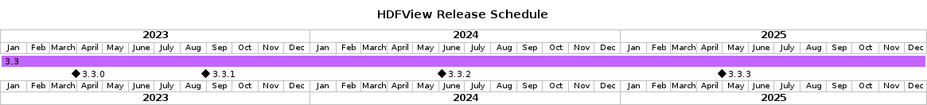
HDFGroup/hdfview keeps this PlantUML diagram as docs/img/release-schedule.png. Above is the earlier version. Its source is kept beside it as docs/img/release-schedule.plantuml.
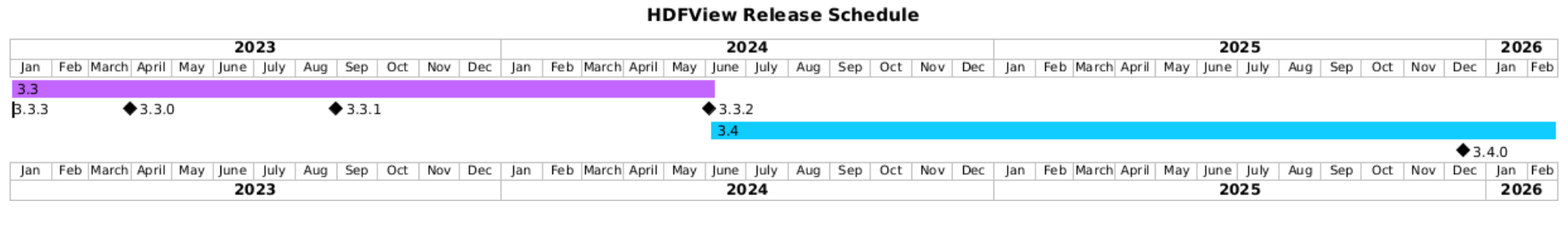
Above is the later version.

Commit message:
Fixed timeline for HDFView 3.4.0

The edit, as a diff of the source:
```diff
@@ -5,14 +5,16 @@
 projectscale monthly
 Project starts 2023-01-01
 
-[3.3] starts 2023-01-01 and lasts 156 weeks
+[3.3] starts 2023-01-01 and lasts 75 weeks
 [3.3.0] happens 2023-03-31
 [3.3.1] happens 2023-08-31
-[3.3.2] happens 2024-06-04
-[3.3.3] happens 2025-04-30
+[3.3.2] happens 2024-06-03
 [3.3.1] displays on same row as [3.3.0]
 [3.3.2] displays on same row as [3.3.0]
 [3.3.3] displays on same row as [3.3.0]
 [3.3] is colored in #C266FF
+[3.4] starts 2024-06-04 and lasts 80 weeks
+[3.4.0] happens 2025-12-15
+[3.4] is colored in #10CCFF
 
 @endgantt
```
